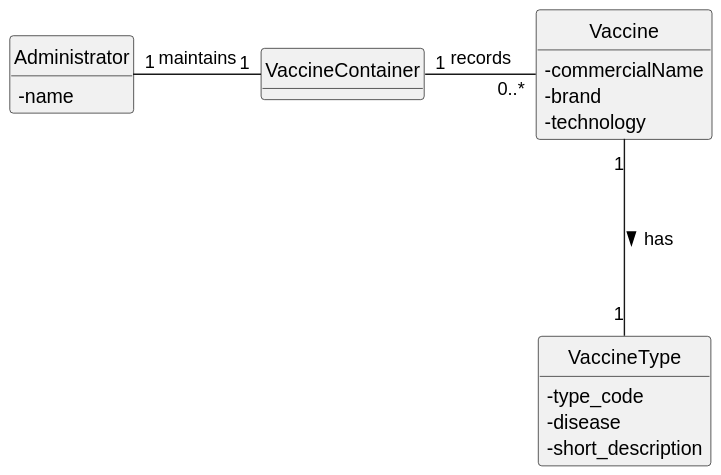
This is docs/Sprint2/US11/svg/US11-MD.svg from Parafita123/leti-esoft-25-26-B1, a PlantUML export, as it was before one commit.
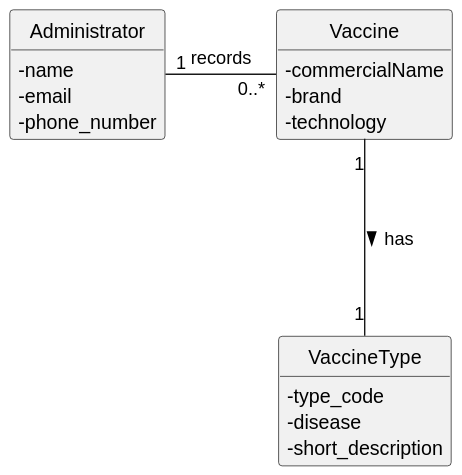
After the change.

Change to the diagram source:
```diff
@@ -4,11 +4,11 @@
 hide methods
 
 class Administrator {
-    - name
+ - name
+ - email
+ - phone_number
 }
 
-class VaccineContainer {
-}
 
 class Vaccine {
     - commercialName
@@ -22,7 +22,6 @@
     - short_description
 }
 
-Administrator "1" -right-- "1" VaccineContainer:  maintains
-VaccineContainer "1" -right-- "0..*" Vaccine:  records
+Administrator "1" -right-- "0..*" Vaccine:  records
 Vaccine "1" -down-- "1" VaccineType:  has >
 @enduml
```
